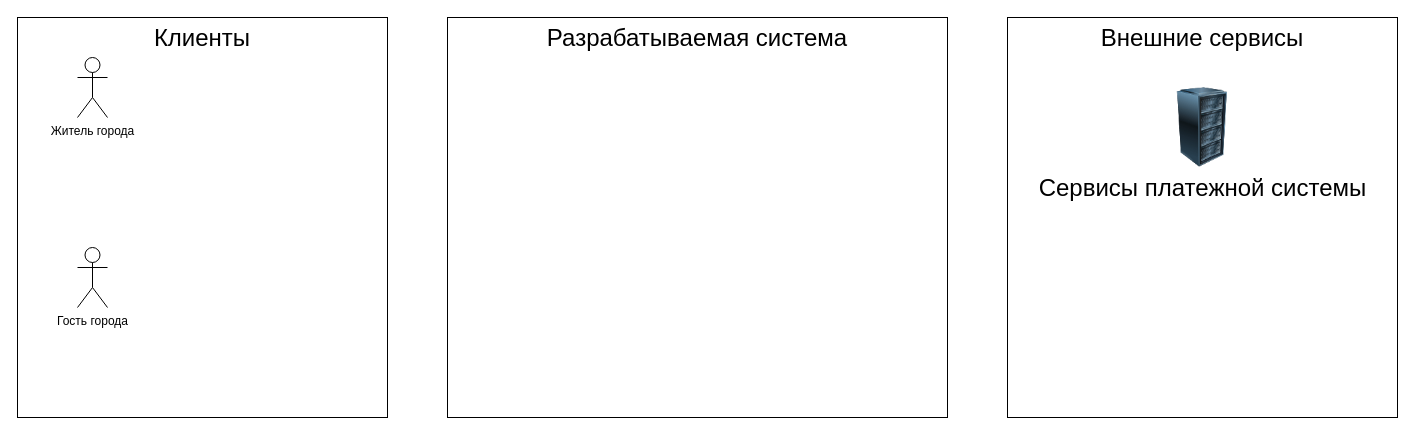
era-ants/diagrams keeps this draw.io diagram as src/Архитектура системы.drawio. Above is the earlier version. Source tidied: cells renumbered, new cells numbered last; positions are measured from the earlier drawing's top-left corner, leaving out a move shared by most shapes. Both pictures are drawn from the tidied source at 100%, with x=0, y=0 at pixel (17, 17).
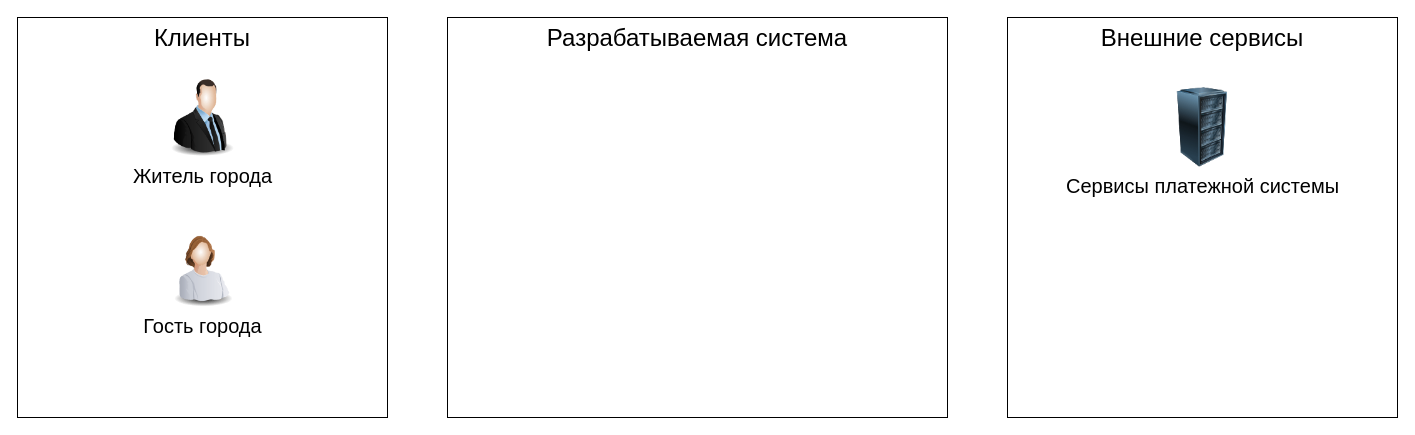
Above is the later version.

Diff of the diagram source:
```diff
@@
 <mxGraphModel>
   <root>
     <mxCell id="0" />
     <mxCell id="1" parent="0" />
     <mxCell id="2" value="Внешние сервисы" style="rounded=0;whiteSpace=wrap;html=1;fontSize=24;verticalAlign=top;" parent="1" vertex="1">
       <mxGeometry x="990" width="390" height="400" as="geometry" />
     </mxCell>
     <mxCell id="3" value="Разрабатываемая система" style="rounded=0;whiteSpace=wrap;html=1;verticalAlign=top;fontSize=24;" parent="1" vertex="1">
       <mxGeometry x="430" width="500" height="400" as="geometry" />
     </mxCell>
     <mxCell id="4" value="Клиенты" style="rounded=0;whiteSpace=wrap;html=1;fontSize=24;verticalAlign=top;" parent="1" vertex="1">
       <mxGeometry width="370" height="400" as="geometry" />
     </mxCell>
-    <mxCell id="5" value="Сервисы платежной системы" style="image;html=1;image=img/lib/clip_art/computers/Server_Rack_128x128.png;fontSize=24;" parent="1" vertex="1">
+    <mxCell id="5" value="Сервисы платежной системы" style="image;html=1;image=img/lib/clip_art/computers/Server_Rack_128x128.png;fontSize=20;" parent="1" vertex="1">
       <mxGeometry x="1145" y="70" width="80" height="80" as="geometry" />
     </mxCell>
-    <mxCell id="6" value="Житель города" style="shape=umlActor;verticalLabelPosition=bottom;verticalAlign=top;html=1;" parent="1" vertex="1">
-      <mxGeometry x="60" y="40" width="30" height="60" as="geometry" />
+    <mxCell id="6" value="Житель города" style="image;html=1;image=img/lib/clip_art/people/Suit_Man_128x128.png;fontSize=20;" parent="1" vertex="1">
+      <mxGeometry x="145" y="60" width="80" height="80" as="geometry" />
     </mxCell>
-    <mxCell id="7" value="Гость города" style="shape=umlActor;verticalLabelPosition=bottom;verticalAlign=top;html=1;" parent="1" vertex="1">
-      <mxGeometry x="60" y="230" width="30" height="60" as="geometry" />
+    <mxCell id="7" value="Гость города" style="image;html=1;image=img/lib/clip_art/people/Worker_Woman_128x128.png;fontSize=20;" parent="1" vertex="1">
+      <mxGeometry x="145" y="210" width="80" height="80" as="geometry" />
     </mxCell>
   </root>
 </mxGraphModel>
```
